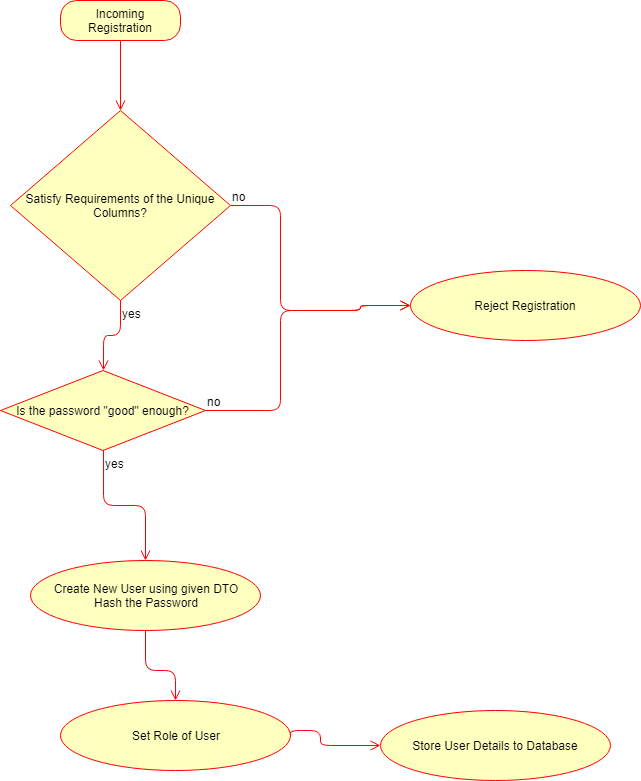
The draw.io diagram User Registration Flowchart.png in khwongbf/FYP-CodeBase, before a commit. Source tidied: cells renumbered, new cells last; positions are measured from the earlier drawing's top-left corner, leaving out a move shared by most shapes. Its diagram source:
```xml
<mxGraphModel>
  <root>
    <mxCell id="0" />
    <mxCell id="1" parent="0" />
    <mxCell id="2" value="Satisfy Requirements of the Unique Columns?" style="rhombus;whiteSpace=wrap;html=1;fillColor=#ffffc0;strokeColor=#ff0000;" parent="1" vertex="1">
      <mxGeometry x="10" y="110" width="220" height="190" as="geometry" />
    </mxCell>
    <mxCell id="3" value="no" style="edgeStyle=orthogonalEdgeStyle;html=1;align=left;verticalAlign=bottom;endArrow=open;endSize=8;strokeColor=#ff0000;entryX=0;entryY=0.5;entryDx=0;entryDy=0;" parent="1" edge="1" source="2" target="8">
      <mxGeometry x="-1" relative="1" as="geometry">
        <Array as="points">
          <mxPoint x="280" y="205" />
          <mxPoint x="280" y="310" />
          <mxPoint x="360" y="310" />
        </Array>
      </mxGeometry>
    </mxCell>
    <mxCell id="4" value="yes" style="edgeStyle=orthogonalEdgeStyle;html=1;align=left;verticalAlign=top;endArrow=open;endSize=8;strokeColor=#ff0000;entryX=0.5;entryY=0;entryDx=0;entryDy=0;" parent="1" edge="1" source="2" target="5">
      <mxGeometry x="-1" relative="1" as="geometry" />
    </mxCell>
    <mxCell id="5" value="Is the password &quot;good&quot; enough?" style="rhombus;whiteSpace=wrap;html=1;fillColor=#ffffc0;strokeColor=#ff0000;" parent="1" vertex="1">
      <mxGeometry y="370" width="205" height="80" as="geometry" />
    </mxCell>
    <mxCell id="6" value="no" style="edgeStyle=orthogonalEdgeStyle;html=1;align=left;verticalAlign=bottom;endArrow=open;endSize=8;strokeColor=#ff0000;entryX=0;entryY=0.5;entryDx=0;entryDy=0;" parent="1" edge="1" source="5" target="8">
      <mxGeometry x="-1" relative="1" as="geometry">
        <Array as="points">
          <mxPoint x="280" y="410" />
          <mxPoint x="280" y="310" />
          <mxPoint x="360" y="310" />
        </Array>
      </mxGeometry>
    </mxCell>
    <mxCell id="7" value="yes" style="edgeStyle=orthogonalEdgeStyle;html=1;align=left;verticalAlign=top;endArrow=open;endSize=8;strokeColor=#ff0000;entryX=0.5;entryY=0;entryDx=0;entryDy=0;" parent="1" edge="1" source="5" target="9">
      <mxGeometry x="-1" relative="1" as="geometry" />
    </mxCell>
    <mxCell id="8" value="Reject Registration" style="ellipse;whiteSpace=wrap;html=1;fillColor=#FFFFC0;strokeColor=#FF0000;" parent="1" vertex="1">
      <mxGeometry x="410" y="270" width="230" height="70" as="geometry" />
    </mxCell>
    <mxCell id="9" value="Create New User using given DTO&lt;br&gt;Hash the Password&lt;br&gt;" style="ellipse;whiteSpace=wrap;html=1;fillColor=#FFFFC0;strokeColor=#FF0000;" parent="1" vertex="1">
      <mxGeometry x="30" y="560" width="230" height="70" as="geometry" />
    </mxCell>
    <mxCell id="10" style="edgeStyle=orthogonalEdgeStyle;html=1;align=left;verticalAlign=top;endArrow=open;endSize=8;strokeColor=#ff0000;exitX=0.5;exitY=1;exitDx=0;exitDy=0;entryX=0.5;entryY=0;entryDx=0;entryDy=0;" parent="1" edge="1" source="9" target="11">
      <mxGeometry x="-1" relative="1" as="geometry">
        <Array as="points">
          <mxPoint x="145" y="670" />
          <mxPoint x="175" y="670" />
        </Array>
      </mxGeometry>
    </mxCell>
    <mxCell id="11" value="Set Role of User" style="ellipse;whiteSpace=wrap;html=1;fillColor=#FFFFC0;strokeColor=#FF0000;" parent="1" vertex="1">
      <mxGeometry x="60" y="700" width="230" height="70" as="geometry" />
    </mxCell>
    <mxCell id="12" value="Store User Details to Database" style="ellipse;whiteSpace=wrap;html=1;fillColor=#FFFFC0;strokeColor=#FF0000;" parent="1" vertex="1">
      <mxGeometry x="380" y="710" width="230" height="70" as="geometry" />
    </mxCell>
    <mxCell id="13" style="edgeStyle=orthogonalEdgeStyle;html=1;align=left;verticalAlign=top;endArrow=open;endSize=8;strokeColor=#ff0000;exitX=1;exitY=0.5;exitDx=0;exitDy=0;entryX=0;entryY=0.5;entryDx=0;entryDy=0;" parent="1" edge="1" source="11" target="12">
      <mxGeometry x="-1" relative="1" as="geometry">
        <Array as="points">
          <mxPoint x="290" y="730" />
          <mxPoint x="320" y="730" />
          <mxPoint x="320" y="745" />
        </Array>
      </mxGeometry>
    </mxCell>
    <mxCell id="14" value="Incoming Registration" style="rounded=1;whiteSpace=wrap;html=1;arcSize=40;fontColor=#000000;fillColor=#ffffc0;strokeColor=#ff0000;" parent="1" vertex="1">
      <mxGeometry x="60" width="120" height="40" as="geometry" />
    </mxCell>
    <mxCell id="15" style="edgeStyle=orthogonalEdgeStyle;html=1;verticalAlign=bottom;endArrow=open;endSize=8;strokeColor=#ff0000;entryX=0.5;entryY=0;entryDx=0;entryDy=0;" parent="1" edge="1" source="14" target="2">
      <mxGeometry relative="1" as="geometry" />
    </mxCell>
  </root>
</mxGraphModel>
```
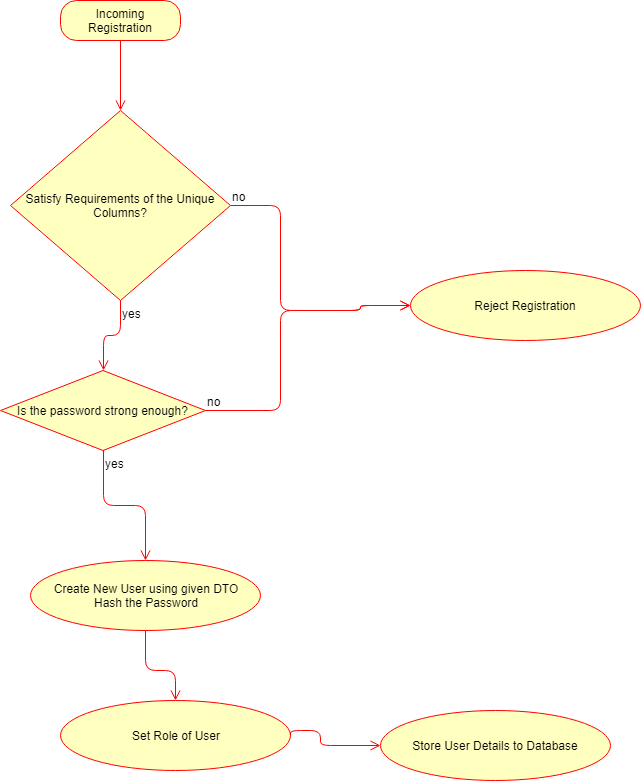
The same diagram one commit later.

Change to the diagram source:
```diff
@@ -17,7 +17,7 @@
     <mxCell id="4" value="yes" style="edgeStyle=orthogonalEdgeStyle;html=1;align=left;verticalAlign=top;endArrow=open;endSize=8;strokeColor=#ff0000;entryX=0.5;entryY=0;entryDx=0;entryDy=0;" parent="1" edge="1" source="2" target="5">
       <mxGeometry x="-1" relative="1" as="geometry" />
     </mxCell>
-    <mxCell id="5" value="Is the password &quot;good&quot; enough?" style="rhombus;whiteSpace=wrap;html=1;fillColor=#ffffc0;strokeColor=#ff0000;" parent="1" vertex="1">
+    <mxCell id="5" value="Is the password strong enough?" style="rhombus;whiteSpace=wrap;html=1;fillColor=#ffffc0;strokeColor=#ff0000;" parent="1" vertex="1">
       <mxGeometry y="370" width="205" height="80" as="geometry" />
     </mxCell>
     <mxCell id="6" value="no" style="edgeStyle=orthogonalEdgeStyle;html=1;align=left;verticalAlign=bottom;endArrow=open;endSize=8;strokeColor=#ff0000;entryX=0;entryY=0.5;entryDx=0;entryDy=0;" parent="1" edge="1" source="5" target="8">
```
